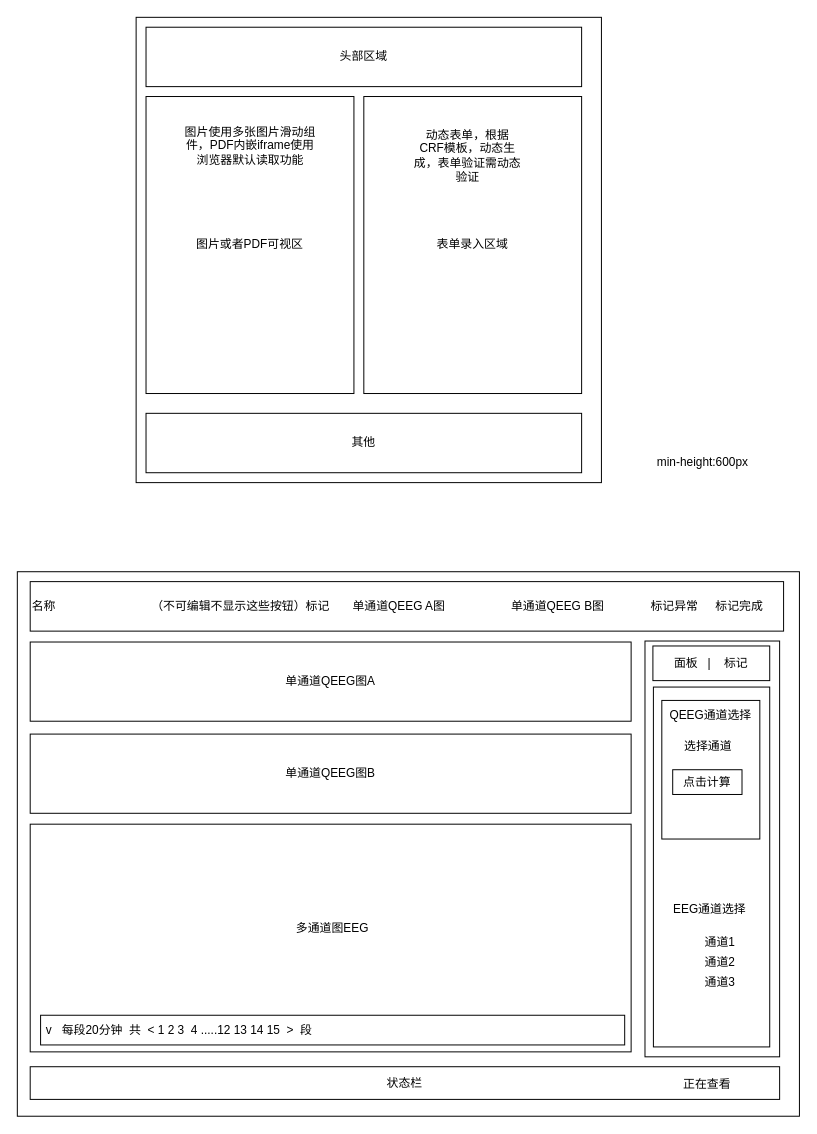
chenweihan/UML keeps this draw.io diagram as save/Untitled Diagram.drawio. Above is the earlier version. Source tidied: cells renumbered, new cells numbered last; positions are measured from the earlier drawing's top-left corner, leaving out a move shared by most shapes. Both pictures are drawn from the tidied source at 99%, with x=0, y=0 at pixel (17, 17).
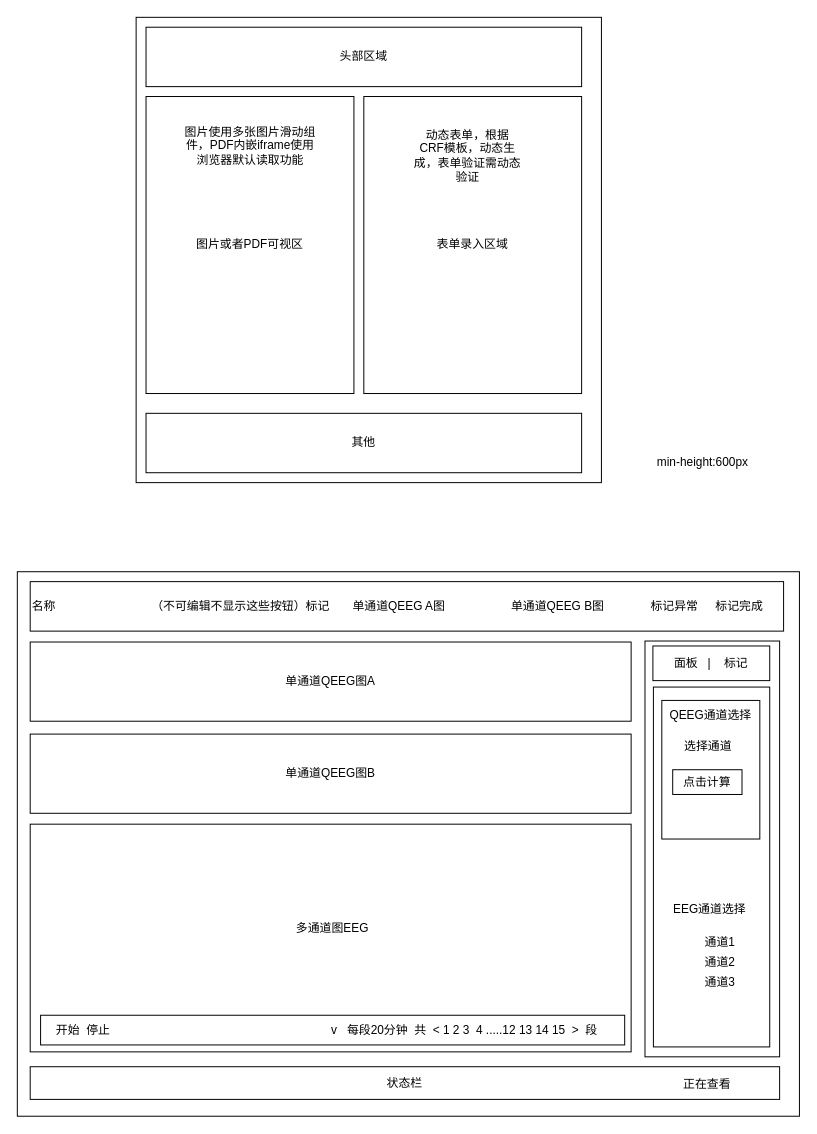
After the change.

What changed in the source:
```diff
@@
-    <mxCell id="20" value="&amp;nbsp;v&amp;nbsp; &amp;nbsp;每段20分钟&amp;nbsp; 共&amp;nbsp; &amp;lt; 1 2 3&amp;nbsp; 4 .....12 13 14 15&amp;nbsp; &amp;gt;&amp;nbsp; 段" style="rounded=0;whiteSpace=wrap;html=1;align=left;" parent="1" vertex="1">
+    <mxCell id="20" value="&amp;nbsp; &amp;nbsp; 开始&amp;nbsp; 停止&amp;nbsp; &amp;nbsp; &amp;nbsp; &amp;nbsp; &amp;nbsp; &amp;nbsp; &amp;nbsp; &amp;nbsp; &amp;nbsp; &amp;nbsp; &amp;nbsp; &amp;nbsp; &amp;nbsp; &amp;nbsp; &amp;nbsp; &amp;nbsp; &amp;nbsp; &amp;nbsp; &amp;nbsp; &amp;nbsp; &amp;nbsp; &amp;nbsp; &amp;nbsp; &amp;nbsp; &amp;nbsp; &amp;nbsp; &amp;nbsp; &amp;nbsp; &amp;nbsp; &amp;nbsp; &amp;nbsp; &amp;nbsp; &amp;nbsp; &amp;nbsp;v&amp;nbsp; &amp;nbsp;每段20分钟&amp;nbsp; 共&amp;nbsp; &amp;lt; 1 2 3&amp;nbsp; 4 .....12 13 14 15&amp;nbsp; &amp;gt;&amp;nbsp; 段" style="rounded=0;whiteSpace=wrap;html=1;align=left;" parent="1" vertex="1">
       <mxGeometry x="23.5" y="1008" width="590" height="30" as="geometry" />
     </mxCell>
```
